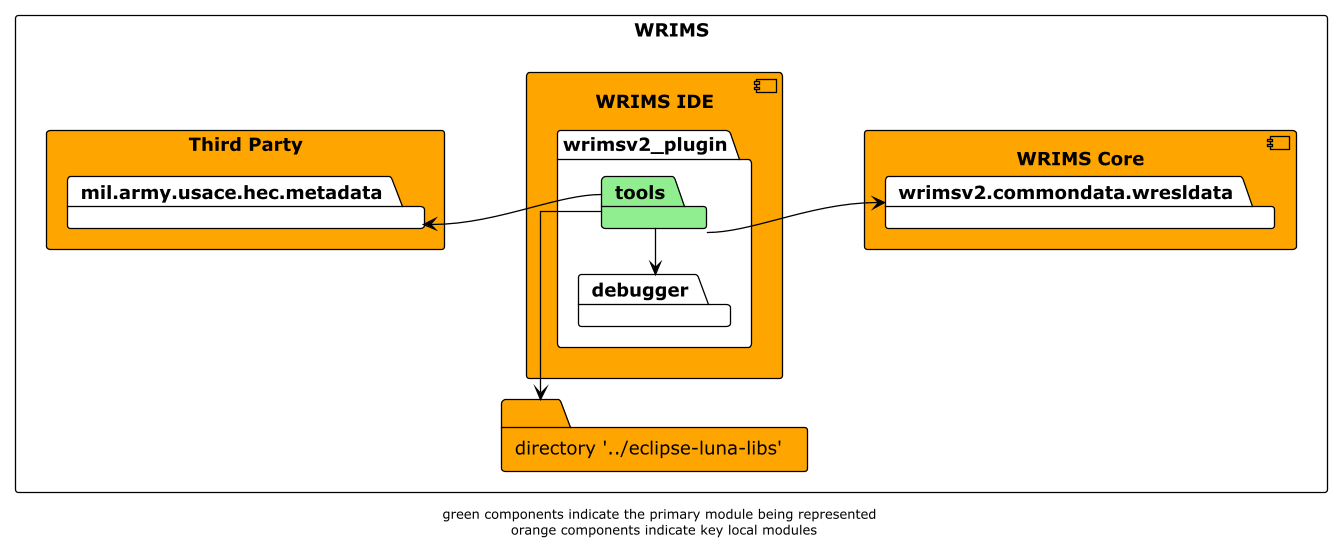
Above: docs/diagrams/wrims-ide/wrims-ide_tools.png in CentralValleyModeling/wrims (PlantUML), before the change.
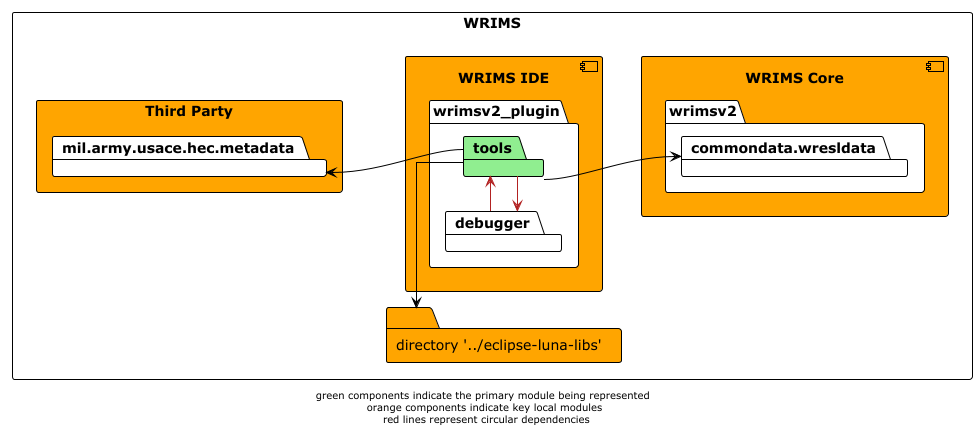
After the commit.

Commit message:
Updated dependency diagram

Diff of the diagram source:
```diff
@@ -18,13 +18,17 @@
     }
 
     component wrims-core as "WRIMS Core" #orange {
-        package wrimsv2.commondata.wresldata
+        package wrimsv2 {
+            package commondata.wresldata
+        }
     }
 }
 tools -r-> luna_libs
-tools -l-> debugger
+tools -l-> debugger #firebrick
 tools -u-> mil.army.usace.hec.metadata
-tools -down-> wrimsv2.commondata.wresldata
+tools -down-> commondata.wresldata
 
-footer "green components indicate the primary module being represented \n orange components indicate key local modules"
+debugger -> tools #firebrick
+
+footer "green components indicate the primary module being represented \n orange components indicate key local modules \n red lines represent circular dependencies"
 @enduml
```
